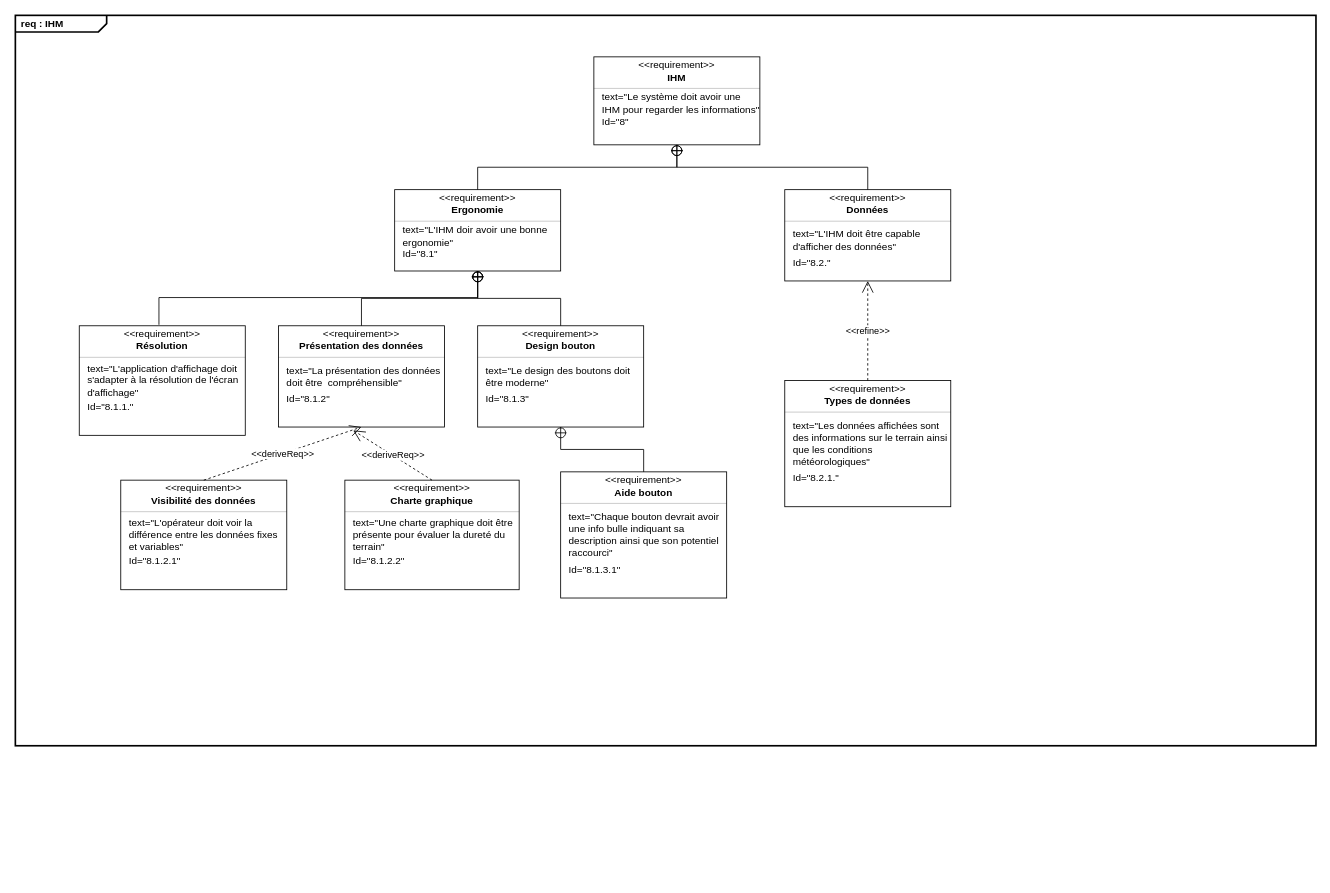
ToGen49/Hippodrome keeps this draw.io diagram as SYSML/Diagramme_Requirement_IHM.drawio. Above is the earlier version. Source tidied: cells renumbered, new cells numbered last; positions are measured from the earlier drawing's top-left corner, leaving out a move shared by most shapes. Both pictures are drawn from the tidied source at 83%, with x=0, y=0 at pixel (15, 15).
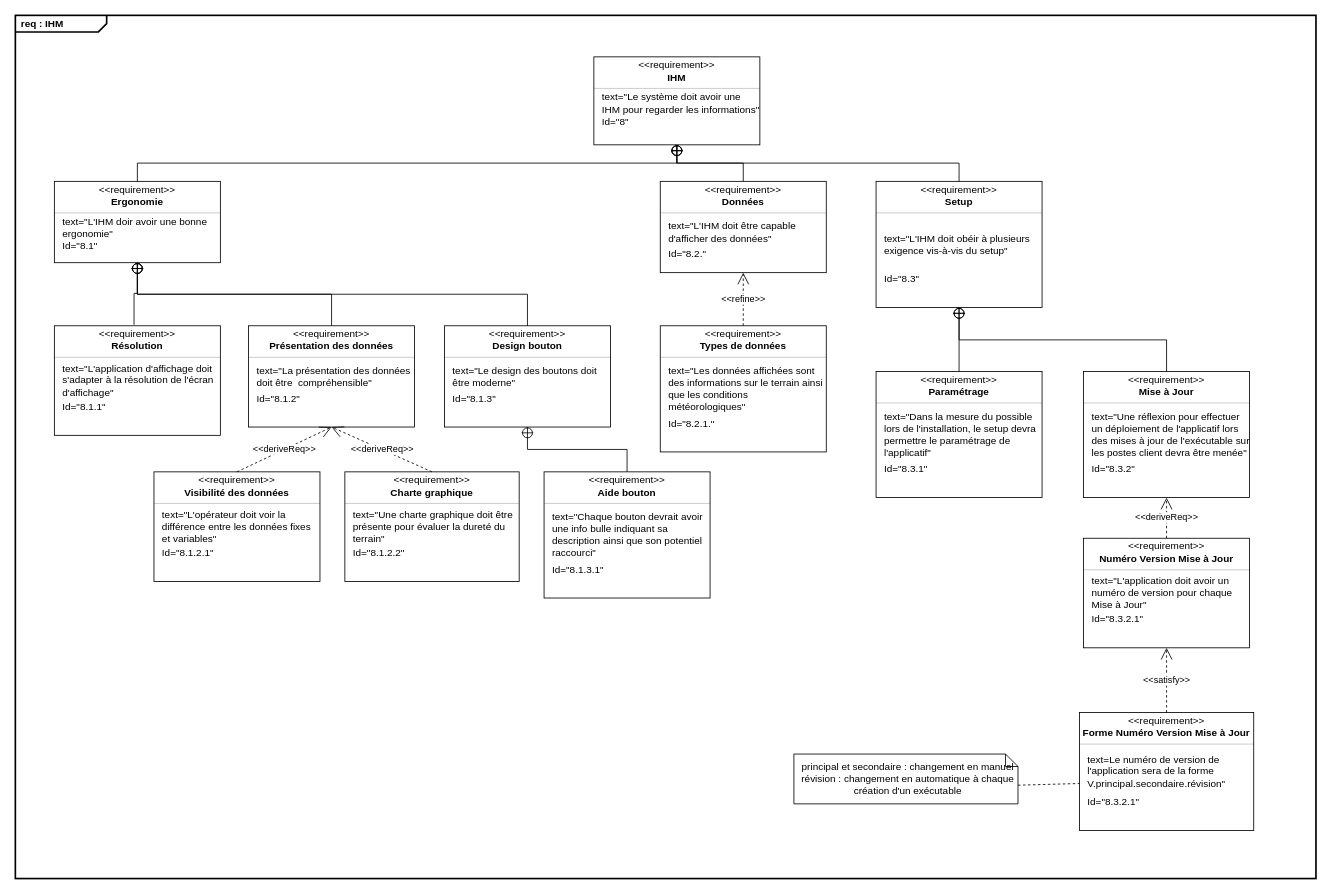
The same diagram, later.

Commit message (it also covers changes not shown here):
Mettre à jour Diagramme_Requirement_IHM.drawio

The change refers to these unchanged cells:
```xml
<mxCell id="9" style="html=1;align=center;spacing=0;verticalAlign=middle;strokeColor=none;fillColor=none;whiteSpace=wrap;" parent="3" vertex="1">
  <mxGeometry y="86" width="200" height="20" as="geometry" />
</mxCell>
<mxCell id="31" style="html=1;align=center;spacing=0;verticalAlign=middle;strokeColor=none;fillColor=none;whiteSpace=wrap;" parent="25" vertex="1">
  <mxGeometry y="96" width="200" height="26" as="geometry" />
</mxCell>
<mxCell id="74" value="&amp;lt;&amp;lt;requirement&amp;gt;&amp;gt;" style="html=1;align=center;spacing=0;verticalAlign=middle;strokeColor=none;fillColor=none;whiteSpace=wrap;spacingTop=3;" parent="73" vertex="1">
  <mxGeometry width="210" height="16" as="geometry" />
</mxCell>
```

What changed in the source:
```diff
@@
     <mxCell id="2" value="&lt;p style=&quot;margin:0px;margin-top:4px;margin-left:7px;text-align:left;&quot;&gt;&lt;b&gt;req : IHM&lt;/b&gt;&lt;/p&gt;" style="html=1;shape=mxgraph.sysml.package;overflow=fill;labelX=110;strokeWidth=2;align=center;" parent="1" vertex="1">
-      <mxGeometry width="1567" height="880" as="geometry" />
+      <mxGeometry width="1567" height="1040" as="geometry" />
     </mxCell>
@@
     <mxCell id="10" style="fontStyle=1;align=center;verticalAlign=middle;horizontal=1;" parent="1" vertex="1">
-      <mxGeometry x="457" y="210" width="200" height="98" as="geometry" />
+      <mxGeometry x="47" y="200" width="200" height="98" as="geometry" />
     </mxCell>
@@
     <mxCell id="17" style="fontStyle=1;align=center;verticalAlign=middle;horizontal=1;" parent="1" vertex="1">
-      <mxGeometry x="77" y="374" width="200" height="132" as="geometry" />
+      <mxGeometry x="47" y="374" width="200" height="132" as="geometry" />
     </mxCell>
@@
-    <mxCell id="22" value="Id=&quot;8.1.1.&quot;" style="html=1;align=left;spacing=0;verticalAlign=middle;strokeColor=none;fillColor=none;whiteSpace=wrap;spacingLeft=10;" parent="17" vertex="1">
+    <mxCell id="22" value="Id=&quot;8.1.1&quot;" style="html=1;align=left;spacing=0;verticalAlign=middle;strokeColor=none;fillColor=none;whiteSpace=wrap;spacingLeft=10;" parent="17" vertex="1">
       <mxGeometry y="90" width="200" height="16" as="geometry" />
     </mxCell>
@@
     <mxCell id="25" style="fontStyle=1;align=center;verticalAlign=middle;horizontal=1;" parent="1" vertex="1">
-      <mxGeometry x="317" y="374" width="200" height="122" as="geometry" />
+      <mxGeometry x="281" y="374" width="200" height="122" as="geometry" />
     </mxCell>
@@
     <mxCell id="32" style="fontStyle=1;align=center;verticalAlign=middle;horizontal=1;" parent="1" vertex="1">
-      <mxGeometry x="557" y="374" width="200" height="122" as="geometry" />
+      <mxGeometry x="517" y="374" width="200" height="122" as="geometry" />
     </mxCell>
@@
     <mxCell id="39" style="fontStyle=1;align=center;verticalAlign=middle;horizontal=1;" parent="1" vertex="1">
-      <mxGeometry x="657" y="550" width="200" height="152" as="geometry" />
+      <mxGeometry x="637" y="550" width="200" height="152" as="geometry" />
     </mxCell>
@@
     <mxCell id="50" style="fontStyle=1;align=center;verticalAlign=middle;horizontal=1;" parent="1" vertex="1">
-      <mxGeometry x="927" y="210" width="200" height="110" as="geometry" />
+      <mxGeometry x="777" y="200" width="200" height="110" as="geometry" />
     </mxCell>
@@
     <mxCell id="57" style="fontStyle=1;align=center;verticalAlign=middle;horizontal=1;" parent="1" vertex="1">
-      <mxGeometry x="927" y="440" width="200" height="152" as="geometry" />
+      <mxGeometry x="777" y="374" width="200" height="152" as="geometry" />
     </mxCell>
@@
     <mxCell id="66" style="fontStyle=1;align=center;verticalAlign=middle;horizontal=1;" parent="1" vertex="1">
-      <mxGeometry x="127" y="560" width="200" height="132" as="geometry" />
+      <mxGeometry x="167" y="550" width="200" height="132" as="geometry" />
     </mxCell>
@@
     <mxCell id="73" style="fontStyle=1;align=center;verticalAlign=middle;horizontal=1;" parent="1" vertex="1">
-      <mxGeometry x="397" y="560" width="210" height="132" as="geometry" />
+      <mxGeometry x="397" y="550" width="210" height="132" as="geometry" />
     </mxCell>
@@
-    <mxCell id="81" value="&amp;lt;&amp;lt;deriveReq&amp;gt;&amp;gt;" style="endArrow=open;html=1;edgeStyle=none;endSize=12;dashed=1;rounded=0;exitX=0.5;exitY=0;exitDx=0;exitDy=0;" parent="1" edge="1" source="74">
-      <mxGeometry relative="1" as="geometry">
-        <mxPoint x="407" y="500" as="targetPoint" />
-      </mxGeometry>
+    <mxCell id="81" value="&amp;lt;&amp;lt;deriveReq&amp;gt;&amp;gt;" style="endArrow=open;html=1;edgeStyle=none;endSize=12;dashed=1;rounded=0;exitX=0.5;exitY=0;exitDx=0;exitDy=0;entryX=0.5;entryY=1;entryDx=0;entryDy=0;" parent="1" edge="1" source="74" target="31">
+      <mxGeometry relative="1" as="geometry" />
     </mxCell>
+    <mxCell id="82" style="fontStyle=1;align=center;verticalAlign=middle;horizontal=1;" parent="1" vertex="1">
+      <mxGeometry x="1037" y="200" width="200" height="152" as="geometry" />
+    </mxCell>
+    <mxCell id="83" value="&amp;lt;&amp;lt;requirement&amp;gt;&amp;gt;" style="html=1;align=center;spacing=0;verticalAlign=middle;strokeColor=none;fillColor=none;whiteSpace=wrap;spacingTop=3;" parent="82" vertex="1">
+      <mxGeometry width="200" height="16" as="geometry" />
+    </mxCell>
+    <mxCell id="84" value="Setup" style="html=1;align=center;spacing=0;verticalAlign=middle;strokeColor=none;fillColor=none;whiteSpace=wrap;fontStyle=1;" parent="82" vertex="1">
+      <mxGeometry y="16" width="200" height="18" as="geometry" />
+    </mxCell>
+    <mxCell id="85" style="line;strokeWidth=0.25;fillColor=none;align=left;verticalAlign=middle;spacingTop=-1;spacingLeft=3;spacingRight=3;labelPosition=right;" parent="82" vertex="1">
+      <mxGeometry y="34" width="200" height="8" as="geometry" />
+    </mxCell>
+    <mxCell id="86" value="text=&quot;L'IHM doit obéir à plusieurs exigence vis-à-vis du setup&quot;" style="html=1;align=left;spacing=0;verticalAlign=middle;strokeColor=none;fillColor=none;whiteSpace=wrap;spacingLeft=10;" parent="82" vertex="1">
+      <mxGeometry y="42" width="200" height="68" as="geometry" />
+    </mxCell>
+    <mxCell id="87" value="Id=&quot;8.3&quot;" style="html=1;align=left;spacing=0;verticalAlign=middle;strokeColor=none;fillColor=none;whiteSpace=wrap;spacingLeft=10;" parent="82" vertex="1">
+      <mxGeometry y="110" width="200" height="16" as="geometry" />
+    </mxCell>
+    <mxCell id="88" style="html=1;align=center;spacing=0;verticalAlign=middle;strokeColor=none;fillColor=none;whiteSpace=wrap;" parent="82" vertex="1">
+      <mxGeometry y="126" width="200" height="26" as="geometry" />
+    </mxCell>
+    <mxCell id="89" style="rounded=0;html=1;labelBackgroundColor=none;endArrow=none;edgeStyle=elbowEdgeStyle;elbow=vertical;startArrow=sysMLPackCont;startSize=12;exitX=0.5;exitY=1;exitDx=0;exitDy=0;entryX=0.5;entryY=0;entryDx=0;entryDy=0;" parent="1" edge="1" source="9" target="83">
+      <mxGeometry relative="1" as="geometry" />
+    </mxCell>
+    <mxCell id="90" style="fontStyle=1;align=center;verticalAlign=middle;horizontal=1;" parent="1" vertex="1">
+      <mxGeometry x="1037" y="429" width="200" height="152" as="geometry" />
+    </mxCell>
+    <mxCell id="91" value="&amp;lt;&amp;lt;requirement&amp;gt;&amp;gt;" style="html=1;align=center;spacing=0;verticalAlign=middle;strokeColor=none;fillColor=none;whiteSpace=wrap;spacingTop=3;" parent="90" vertex="1">
+      <mxGeometry width="200" height="16" as="geometry" />
+    </mxCell>
+    <mxCell id="92" value="Paramétrage" style="html=1;align=center;spacing=0;verticalAlign=middle;strokeColor=none;fillColor=none;whiteSpace=wrap;fontStyle=1;" parent="90" vertex="1">
+      <mxGeometry y="16" width="200" height="18" as="geometry" />
+    </mxCell>
+    <mxCell id="93" style="line;strokeWidth=0.25;fillColor=none;align=left;verticalAlign=middle;spacingTop=-1;spacingLeft=3;spacingRight=3;labelPosition=right;" parent="90" vertex="1">
+      <mxGeometry y="34" width="200" height="8" as="geometry" />
+    </mxCell>
+    <mxCell id="94" value="text=&quot;Dans la mesure du possible lors de l'installation, le setup devra permettre le paramétrage de l'applicatif&quot;" style="html=1;align=left;spacing=0;verticalAlign=middle;strokeColor=none;fillColor=none;whiteSpace=wrap;spacingLeft=10;" parent="90" vertex="1">
+      <mxGeometry y="42" width="200" height="68" as="geometry" />
+    </mxCell>
+    <mxCell id="95" value="Id=&quot;8.3.1&quot;" style="html=1;align=left;spacing=0;verticalAlign=middle;strokeColor=none;fillColor=none;whiteSpace=wrap;spacingLeft=10;" parent="90" vertex="1">
+      <mxGeometry y="110" width="200" height="16" as="geometry" />
+    </mxCell>
+    <mxCell id="96" style="html=1;align=center;spacing=0;verticalAlign=middle;strokeColor=none;fillColor=none;whiteSpace=wrap;" parent="90" vertex="1">
+      <mxGeometry y="126" width="200" height="26" as="geometry" />
+    </mxCell>
+    <mxCell id="97" style="rounded=0;html=1;labelBackgroundColor=none;endArrow=none;edgeStyle=elbowEdgeStyle;elbow=vertical;startArrow=sysMLPackCont;startSize=12;exitX=0.5;exitY=1;exitDx=0;exitDy=0;entryX=0.5;entryY=0;entryDx=0;entryDy=0;" parent="1" edge="1" source="88" target="91">
+      <mxGeometry relative="1" as="geometry" />
+    </mxCell>
+    <mxCell id="98" style="fontStyle=1;align=center;verticalAlign=middle;horizontal=1;" parent="1" vertex="1">
+      <mxGeometry x="1287" y="429" width="200" height="152" as="geometry" />
+    </mxCell>
+    <mxCell id="99" value="&amp;lt;&amp;lt;requirement&amp;gt;&amp;gt;" style="html=1;align=center;spacing=0;verticalAlign=middle;strokeColor=none;fillColor=none;whiteSpace=wrap;spacingTop=3;" parent="98" vertex="1">
+      <mxGeometry width="200" height="16" as="geometry" />
+    </mxCell>
+    <mxCell id="100" value="Mise à Jour" style="html=1;align=center;spacing=0;verticalAlign=middle;strokeColor=none;fillColor=none;whiteSpace=wrap;fontStyle=1;" parent="98" vertex="1">
+      <mxGeometry y="16" width="200" height="18" as="geometry" />
+    </mxCell>
+    <mxCell id="101" style="line;strokeWidth=0.25;fillColor=none;align=left;verticalAlign=middle;spacingTop=-1;spacingLeft=3;spacingRight=3;labelPosition=right;" parent="98" vertex="1">
+      <mxGeometry y="34" width="200" height="8" as="geometry" />
+    </mxCell>
+    <mxCell id="102" value="text=&quot;Une réflexion pour effectuer un déploiement de l'applicatif lors des mises à jour de l'exécutable sur les postes client devra être menée&quot;" style="html=1;align=left;spacing=0;verticalAlign=middle;strokeColor=none;fillColor=none;whiteSpace=wrap;spacingLeft=10;" parent="98" vertex="1">
+      <mxGeometry y="42" width="200" height="68" as="geometry" />
+    </mxCell>
+    <mxCell id="103" value="Id=&quot;8.3.2&quot;" style="html=1;align=left;spacing=0;verticalAlign=middle;strokeColor=none;fillColor=none;whiteSpace=wrap;spacingLeft=10;" parent="98" vertex="1">
+      <mxGeometry y="110" width="200" height="16" as="geometry" />
+    </mxCell>
+    <mxCell id="104" style="html=1;align=center;spacing=0;verticalAlign=middle;strokeColor=none;fillColor=none;whiteSpace=wrap;" parent="98" vertex="1">
+      <mxGeometry y="126" width="200" height="26" as="geometry" />
+    </mxCell>
+    <mxCell id="105" style="rounded=0;html=1;labelBackgroundColor=none;endArrow=none;edgeStyle=elbowEdgeStyle;elbow=vertical;startArrow=sysMLPackCont;startSize=12;exitX=0.5;exitY=1;exitDx=0;exitDy=0;entryX=0.5;entryY=0;entryDx=0;entryDy=0;" parent="1" edge="1" source="88" target="99">
+      <mxGeometry relative="1" as="geometry" />
+    </mxCell>
+    <mxCell id="106" style="fontStyle=1;align=center;verticalAlign=middle;horizontal=1;" parent="1" vertex="1">
+      <mxGeometry x="1287" y="630" width="200" height="132" as="geometry" />
+    </mxCell>
+    <mxCell id="107" value="&amp;lt;&amp;lt;requirement&amp;gt;&amp;gt;" style="html=1;align=center;spacing=0;verticalAlign=middle;strokeColor=none;fillColor=none;whiteSpace=wrap;spacingTop=3;" parent="106" vertex="1">
+      <mxGeometry width="200" height="16" as="geometry" />
+    </mxCell>
+    <mxCell id="108" value="Numéro Version Mise à Jour" style="html=1;align=center;spacing=0;verticalAlign=middle;strokeColor=none;fillColor=none;whiteSpace=wrap;fontStyle=1;" parent="106" vertex="1">
+      <mxGeometry y="16" width="200" height="18" as="geometry" />
+    </mxCell>
+    <mxCell id="109" style="line;strokeWidth=0.25;fillColor=none;align=left;verticalAlign=middle;spacingTop=-1;spacingLeft=3;spacingRight=3;labelPosition=right;" parent="106" vertex="1">
+      <mxGeometry y="34" width="200" height="8" as="geometry" />
+    </mxCell>
+    <mxCell id="110" value="text=&quot;L'application doit avoir un numéro de version pour chaque Mise à Jour&quot;" style="html=1;align=left;spacing=0;verticalAlign=middle;strokeColor=none;fillColor=none;whiteSpace=wrap;spacingLeft=10;" parent="106" vertex="1">
+      <mxGeometry y="42" width="200" height="48" as="geometry" />
+    </mxCell>
+    <mxCell id="111" value="Id=&quot;8.3.2.1&quot;" style="html=1;align=left;spacing=0;verticalAlign=middle;strokeColor=none;fillColor=none;whiteSpace=wrap;spacingLeft=10;" parent="106" vertex="1">
+      <mxGeometry y="90" width="200" height="16" as="geometry" />
+    </mxCell>
+    <mxCell id="112" style="html=1;align=center;spacing=0;verticalAlign=middle;strokeColor=none;fillColor=none;whiteSpace=wrap;" parent="106" vertex="1">
+      <mxGeometry y="106" width="200" height="26" as="geometry" />
+    </mxCell>
+    <mxCell id="113" style="fontStyle=1;align=center;verticalAlign=middle;horizontal=1;" parent="1" vertex="1">
+      <mxGeometry x="1282" y="840" width="210" height="142" as="geometry" />
+    </mxCell>
+    <mxCell id="114" value="&amp;lt;&amp;lt;requirement&amp;gt;&amp;gt;" style="html=1;align=center;spacing=0;verticalAlign=middle;strokeColor=none;fillColor=none;whiteSpace=wrap;spacingTop=3;" parent="113" vertex="1">
+      <mxGeometry width="210" height="16" as="geometry" />
+    </mxCell>
+    <mxCell id="115" value="Forme Numéro Version Mise à Jour" style="html=1;align=center;spacing=0;verticalAlign=middle;strokeColor=none;fillColor=none;whiteSpace=wrap;fontStyle=1;" parent="113" vertex="1">
+      <mxGeometry y="16" width="210" height="18" as="geometry" />
+    </mxCell>
+    <mxCell id="116" style="line;strokeWidth=0.25;fillColor=none;align=left;verticalAlign=middle;spacingTop=-1;spacingLeft=3;spacingRight=3;labelPosition=right;" parent="113" vertex="1">
+      <mxGeometry y="34" width="210" height="8" as="geometry" />
+    </mxCell>
+    <mxCell id="117" value="text=Le numéro de version de l'application sera de la forme&lt;div&gt;V.principal.secondaire.révision&quot;&lt;/div&gt;" style="html=1;align=left;spacing=0;verticalAlign=middle;strokeColor=none;fillColor=none;whiteSpace=wrap;spacingLeft=10;" parent="113" vertex="1">
+      <mxGeometry y="42" width="210" height="58" as="geometry" />
+    </mxCell>
+    <mxCell id="118" value="Id=&quot;8.3.2.1&quot;" style="html=1;align=left;spacing=0;verticalAlign=middle;strokeColor=none;fillColor=none;whiteSpace=wrap;spacingLeft=10;" parent="113" vertex="1">
+      <mxGeometry y="100" width="210" height="16" as="geometry" />
+    </mxCell>
+    <mxCell id="119" style="html=1;align=center;spacing=0;verticalAlign=middle;strokeColor=none;fillColor=none;whiteSpace=wrap;" parent="113" vertex="1">
+      <mxGeometry y="116" width="210" height="26" as="geometry" />
+    </mxCell>
+    <mxCell id="120" value="&amp;lt;&amp;lt;deriveReq&amp;gt;&amp;gt;" style="endArrow=open;html=1;edgeStyle=none;endSize=12;dashed=1;rounded=0;exitX=0.5;exitY=0;exitDx=0;exitDy=0;entryX=0.5;entryY=1;entryDx=0;entryDy=0;" parent="1" edge="1" source="107" target="104">
+      <mxGeometry relative="1" as="geometry" />
+    </mxCell>
+    <mxCell id="121" value="&amp;lt;&amp;lt;satisfy&amp;gt;&amp;gt;" style="endArrow=open;edgeStyle=none;endSize=12;dashed=1;html=1;rounded=0;entryX=0.5;entryY=1;entryDx=0;entryDy=0;exitX=0.5;exitY=0;exitDx=0;exitDy=0;" parent="1" edge="1" source="114" target="112">
+      <mxGeometry relative="1" as="geometry" />
+    </mxCell>
+    <mxCell id="122" value="principal et secondaire : changement en manuel&lt;div&gt;révision : changement en automatique à chaque création d'un exécutable&lt;/div&gt;" style="shape=note;size=15;align=left;spacingLeft=5;html=1;whiteSpace=wrap;align=center;" parent="1" vertex="1">
+      <mxGeometry x="938" y="890" width="270" height="60" as="geometry" />
+    </mxCell>
+    <mxCell id="123" style="endArrow=none;edgeStyle=none;dashed=1;html=1;rounded=0;entryX=0;entryY=0.75;entryDx=0;entryDy=0;exitX=0;exitY=0;exitDx=270;exitDy=37.5;exitPerimeter=0;" parent="1" edge="1" source="122" target="117">
+      <mxGeometry relative="1" as="geometry" />
+    </mxCell>
```
